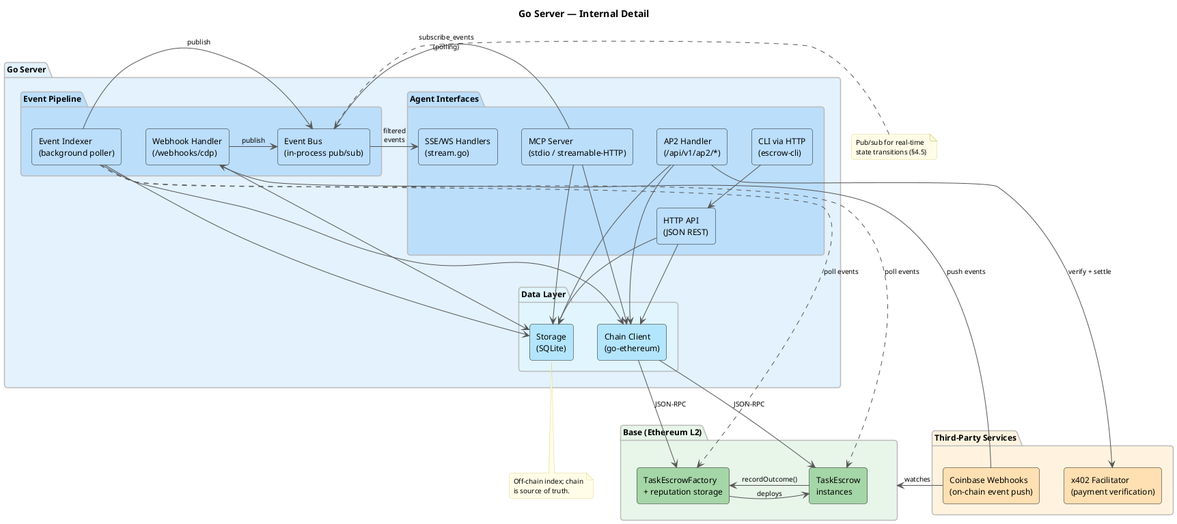
This is docs/diagrams/architecture-detail.png from eddiefleurent/agent-escrow, a PlantUML export, as it was before one commit.
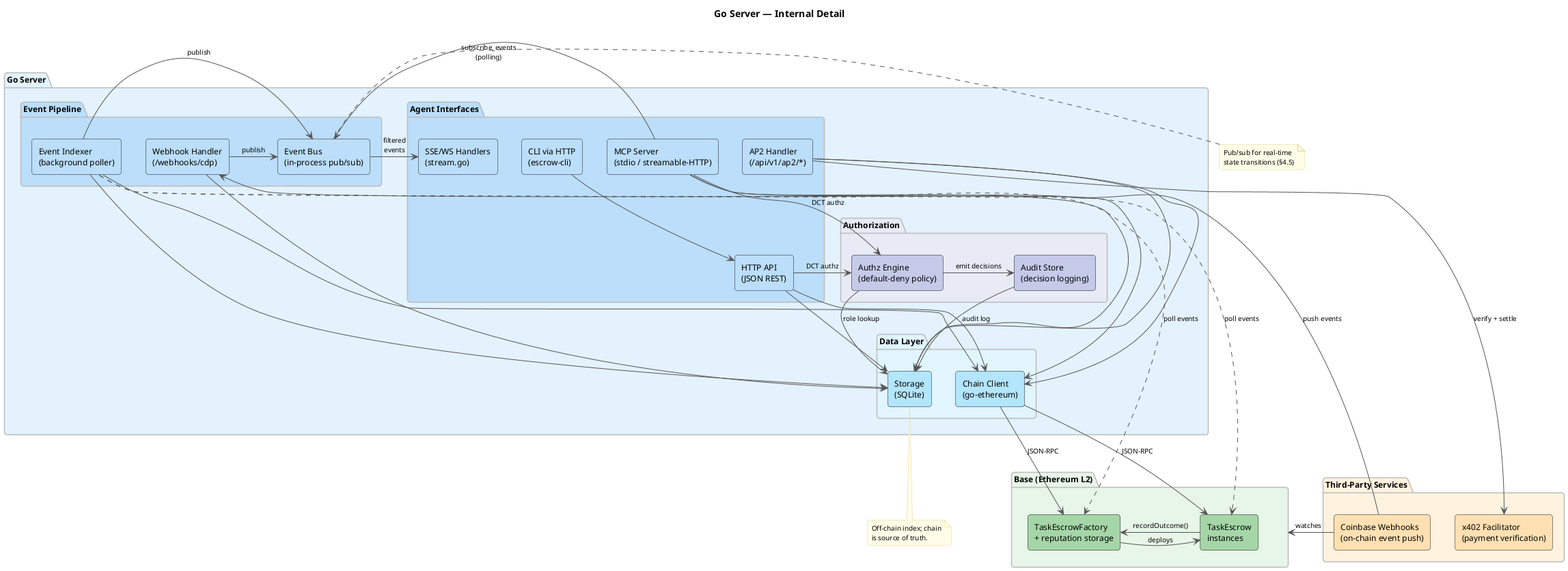
The same file after the commit.

What changed in the source:
```diff
@@ -36,6 +36,11 @@
     [Event Bus\n(in-process pub/sub)] as event_bus #BBDEFB
   }
 
+  package "Authorization" as authz_pkg #E8EAF6 {
+    [Authz Engine\n(default-deny policy)] as authz_engine #C5CAE9
+    [Audit Store\n(decision logging)] as audit_store #C5CAE9
+  }
+
   package "Data Layer" as data #E1F5FE {
     [Chain Client\n(go-ethereum)] as chain_client #B3E5FC
     [Storage\n(SQLite)] as storage #B3E5FC
@@ -45,10 +50,15 @@
   mcp_server -down-> chain_client
   mcp_server -down-> storage
   mcp_server -right-> event_bus : subscribe_events\n(polling)
+  mcp_server -down-> authz_engine : DCT authz
   http_api -down-> chain_client
   http_api -down-> storage
+  http_api -down-> authz_engine : DCT authz
   ap2 -down-> chain_client
   ap2 -down-> storage
+  authz_engine -down-> storage : role lookup
+  authz_engine -right-> audit_store : emit decisions
+  audit_store -down-> storage : audit log
   webhook -down-> storage
   webhook -right-> event_bus : publish
   indexer -down-> chain_client
```
